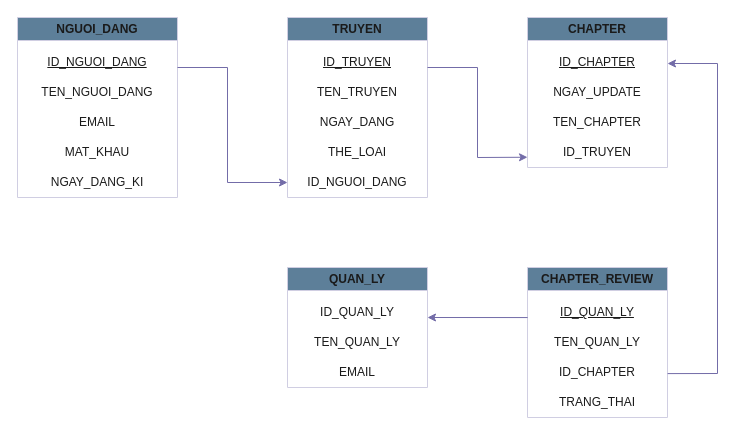
This is 65131546.drawio from Le-Trung-Kien-32/KienGitHub, a draw.io file, before an edit. Source tidied: cells renumbered, new cells numbered last; positions are measured from the earlier drawing's top-left corner, leaving out a move shared by most shapes. Both pictures are drawn from the tidied source at 100%, with x=0, y=0 at pixel (17, 17).
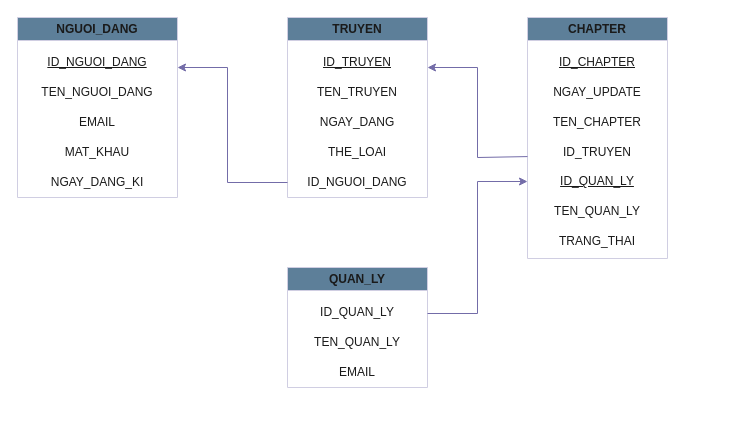
After the change.

Unchanged cells that the change refers to:
```xml
<mxCell id="8" value="TRUYEN" style="swimlane;whiteSpace=wrap;html=1;labelBackgroundColor=none;fillColor=#5D7F99;strokeColor=#D0CEE2;fontColor=#1A1A1A;" parent="1" vertex="1">
  <mxGeometry x="270" width="140" height="180" as="geometry" />
</mxCell>
<mxCell id="13" value="ID_NGUOI_DANG" style="text;html=1;align=center;verticalAlign=middle;whiteSpace=wrap;rounded=0;labelBackgroundColor=none;fontColor=light-dark(#1A1A1A,#000000);" parent="8" vertex="1">
  <mxGeometry y="150" width="140" height="30" as="geometry" />
</mxCell>
```

What changed in the source:
```diff
@@
-    <mxCell id="14" style="endArrow=classic;html=1;rounded=0;entryX=0;entryY=0.5;entryDx=0;entryDy=0;labelBackgroundColor=none;strokeColor=light-dark(#736CA8,#000000);fontColor=default;" parent="1" edge="1" target="13">
+    <mxCell id="14" style="endArrow=classic;html=1;rounded=0;entryX=0;entryY=0.5;entryDx=0;entryDy=0;labelBackgroundColor=none;strokeColor=light-dark(#736CA8,#000000);fontColor=default;exitX=0;exitY=0.5;exitDx=0;exitDy=0;" parent="8" edge="1" source="13">
       <mxGeometry relative="1" as="geometry">
-        <mxPoint x="160" y="50" as="sourcePoint" />
+        <mxPoint x="-110" y="50" as="targetPoint" />
         <Array as="points">
-          <mxPoint x="210" y="50" />
-          <mxPoint x="210" y="165" />
+          <mxPoint x="-60" y="165" />
+          <mxPoint x="-60" y="50" />
         </Array>
       </mxGeometry>
     </mxCell>
     <mxCell id="15" value="CHAPTER" style="swimlane;whiteSpace=wrap;html=1;labelBackgroundColor=none;fillColor=#5D7F99;strokeColor=#D0CEE2;fontColor=#1A1A1A;" parent="1" vertex="1">
-      <mxGeometry x="510" width="140" height="150" as="geometry" />
+      <mxGeometry x="510" width="140" height="241" as="geometry" />
     </mxCell>
@@
     <mxCell id="19" value="ID_TRUYEN" style="text;html=1;align=center;verticalAlign=middle;whiteSpace=wrap;rounded=0;labelBackgroundColor=none;fontColor=light-dark(#1A1A1A,#000000);" parent="15" vertex="1">
-      <mxGeometry y="120" width="140" height="30" as="geometry" />
+      <mxGeometry y="120" width="140" height="29" as="geometry" />
     </mxCell>
-    <mxCell id="20" style="endArrow=classic;html=1;rounded=0;entryX=0;entryY=0.658;entryDx=0;entryDy=0;entryPerimeter=0;labelBackgroundColor=none;strokeColor=light-dark(#736CA8,#000000);fontColor=default;" parent="1" edge="1" target="19">
+    <mxCell id="20" style="endArrow=classic;html=1;rounded=0;entryX=0;entryY=0.658;entryDx=0;entryDy=0;entryPerimeter=0;labelBackgroundColor=none;strokeColor=light-dark(#736CA8,#000000);fontColor=default;exitX=0;exitY=0.658;exitDx=0;exitDy=0;exitPerimeter=0;" parent="15" edge="1" source="19">
       <mxGeometry relative="1" as="geometry">
-        <mxPoint x="410" y="50" as="sourcePoint" />
+        <mxPoint x="-100" y="50" as="targetPoint" />
         <Array as="points">
-          <mxPoint x="460" y="50" />
-          <mxPoint x="460" y="140" />
+          <mxPoint x="-50" y="140" />
+          <mxPoint x="-50" y="50" />
         </Array>
       </mxGeometry>
     </mxCell>
-    <mxCell id="21" value="CHAPTER_REVIEW" style="swimlane;whiteSpace=wrap;html=1;labelBackgroundColor=none;fillColor=#5D7F99;strokeColor=#D0CEE2;fontColor=#1A1A1A;" parent="1" vertex="1">
-      <mxGeometry x="510" y="250" width="140" height="150" as="geometry" />
-    </mxCell>
-    <mxCell id="22" value="ID_QUAN_LY" style="text;html=1;align=center;verticalAlign=middle;whiteSpace=wrap;rounded=0;fontStyle=4;labelBackgroundColor=none;fontColor=light-dark(#1A1A1A,#000000);" parent="21" vertex="1">
-      <mxGeometry y="30" width="140" height="30" as="geometry" />
+    <mxCell id="22" value="ID_QUAN_LY" style="text;html=1;align=center;verticalAlign=middle;whiteSpace=wrap;rounded=0;fontStyle=4;labelBackgroundColor=none;fontColor=light-dark(#1A1A1A,#000000);" parent="15" vertex="1">
+      <mxGeometry y="149" width="140" height="30" as="geometry" />
     </mxCell>
-    <mxCell id="23" value="TEN_QUAN_LY" style="text;html=1;align=center;verticalAlign=middle;whiteSpace=wrap;rounded=0;labelBackgroundColor=none;fontColor=light-dark(#1A1A1A,#000000);" parent="21" vertex="1">
-      <mxGeometry y="60" width="140" height="30" as="geometry" />
+    <mxCell id="23" value="TEN_QUAN_LY" style="text;html=1;align=center;verticalAlign=middle;whiteSpace=wrap;rounded=0;labelBackgroundColor=none;fontColor=light-dark(#1A1A1A,#000000);" parent="15" vertex="1">
+      <mxGeometry y="179" width="140" height="30" as="geometry" />
     </mxCell>
-    <mxCell id="24" value="ID_CHAPTER" style="text;html=1;align=center;verticalAlign=middle;whiteSpace=wrap;rounded=0;labelBackgroundColor=none;fontColor=light-dark(#1A1A1A,#000000);" parent="21" vertex="1">
-      <mxGeometry y="90" width="140" height="30" as="geometry" />
-    </mxCell>
-    <mxCell id="25" value="TRANG_THAI" style="text;html=1;align=center;verticalAlign=middle;whiteSpace=wrap;rounded=0;labelBackgroundColor=none;fontColor=light-dark(#1A1A1A,#000000);" parent="21" vertex="1">
-      <mxGeometry y="120" width="140" height="30" as="geometry" />
+    <mxCell id="25" value="TRANG_THAI" style="text;html=1;align=center;verticalAlign=middle;whiteSpace=wrap;rounded=0;labelBackgroundColor=none;fontColor=light-dark(#1A1A1A,#000000);" parent="15" vertex="1">
+      <mxGeometry y="209" width="140" height="30" as="geometry" />
     </mxCell>
-    <mxCell id="26" style="endArrow=classic;html=1;rounded=0;entryX=0.001;entryY=0.669;entryDx=0;entryDy=0;entryPerimeter=0;labelBackgroundColor=none;strokeColor=light-dark(#736CA8,#000000);fontColor=default;exitX=0.001;exitY=0.669;exitDx=0;exitDy=0;exitPerimeter=0;" parent="21" edge="1" source="22">
-      <mxGeometry relative="1" as="geometry">
-        <mxPoint x="-100" y="50" as="targetPoint" />
-      </mxGeometry>
-    </mxCell>
-    <mxCell id="27" style="endArrow=classic;html=1;rounded=0;entryX=1.001;entryY=0.669;entryDx=0;entryDy=0;entryPerimeter=0;labelBackgroundColor=none;strokeColor=light-dark(#736CA8,#000000);fontColor=default;" parent="1" edge="1">
-      <mxGeometry relative="1" as="geometry">
-        <mxPoint x="650.1" y="356.1" as="sourcePoint" />
-        <mxPoint x="650" y="46" as="targetPoint" />
-        <Array as="points">
-          <mxPoint x="700" y="356" />
-          <mxPoint x="700" y="46" />
-        </Array>
-      </mxGeometry>
-    </mxCell>
@@
+    <mxCell id="32" style="endArrow=classic;html=1;rounded=0;strokeColor=light-dark(#736CA8,#000000);fontColor=#1A1A1A;entryX=0;entryY=0.5;entryDx=0;entryDy=0;" parent="1" edge="1" target="22">
+      <mxGeometry relative="1" as="geometry">
+        <mxPoint x="410" y="296" as="sourcePoint" />
+        <Array as="points">
+          <mxPoint x="460" y="296" />
+          <mxPoint x="460" y="164" />
+        </Array>
+      </mxGeometry>
+    </mxCell>
```
